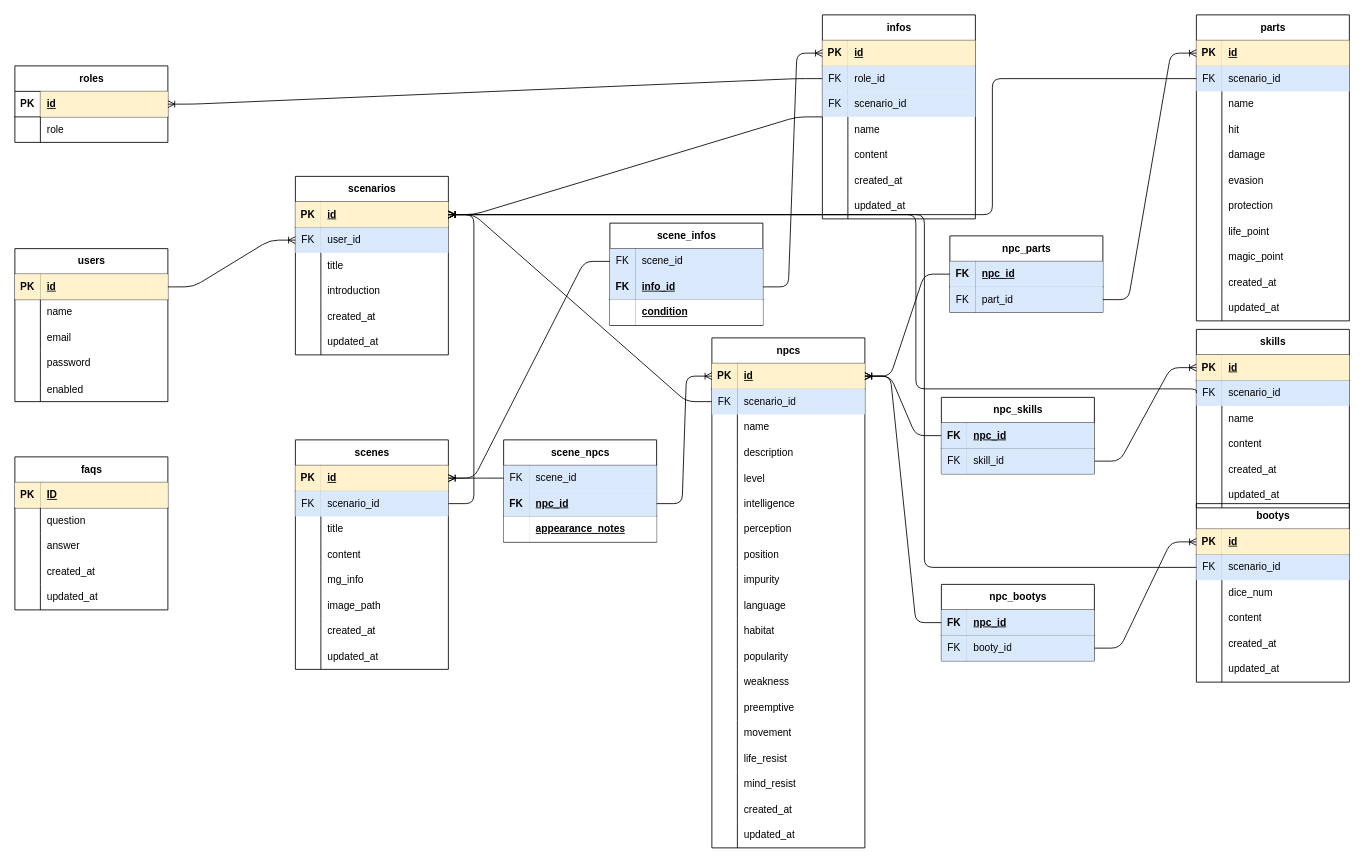
Earlier version of the draw.io diagram page "ページ1" (1 of 2) of ER.drawio (nyandoragora/trpg-writer). Source tidied: cells renumbered, new cells numbered last; positions are measured from the earlier drawing's top-left corner, leaving out a move shared by most shapes. Both pictures are drawn from the tidied source at 85%, with x=0, y=0 at pixel (14, 14).
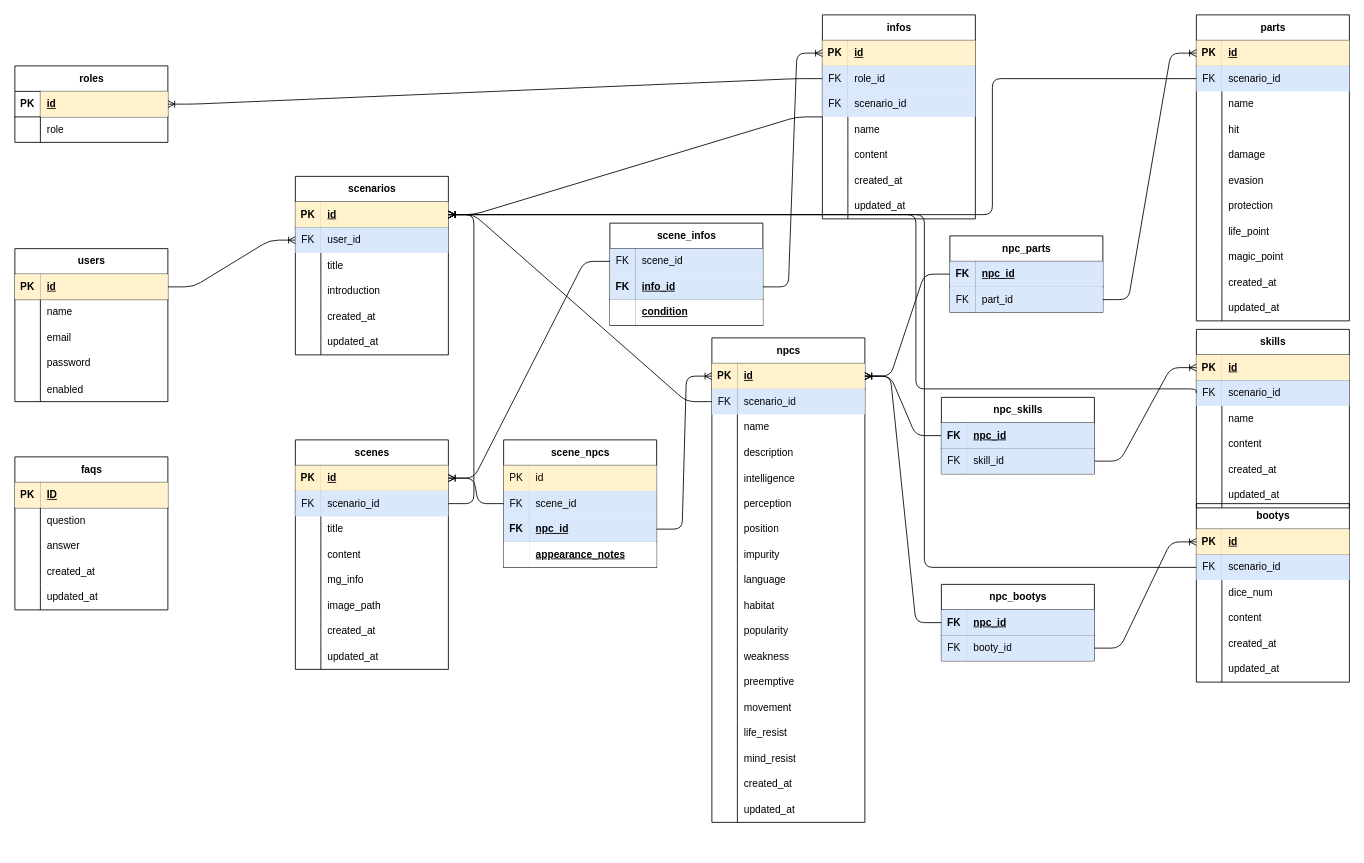
The same page after the edit.

Commit message (it also covers changes not shown here):
シーン内NPCタブ編集　ER図一部変更　同じNPC(ゴブリンとか)をシーン内に複数体登録可能に

What changed in the source:
```diff
@@
     <mxCell id="92" value="npcs" style="shape=table;startSize=30;childLayout=tableLayout;rowLines=0;fontStyle=1;align=center;html=1;" parent="1" vertex="1">
-      <mxGeometry x="820" y="380" width="180" height="600" as="geometry" />
+      <mxGeometry x="820" y="380" width="180" height="570" as="geometry" />
     </mxCell>
@@
-    <mxCell id="105" style="shape=tableRow;horizontal=0;startSize=0;swimlaneHead=0;swimlaneBody=0;fillColor=none;top=0;left=0;right=0;bottom=0;" parent="92" vertex="1">
-      <mxGeometry y="150" width="180" height="30" as="geometry" />
-    </mxCell>
-    <mxCell id="106" style="shape=partialRectangle;fillColor=none;top=0;left=0;bottom=0;right=0;overflow=hidden;" parent="105" vertex="1">
-      <mxGeometry width="30" height="30" as="geometry" />
-    </mxCell>
-    <mxCell id="107" value="level" style="shape=partialRectangle;fillColor=none;top=0;left=0;bottom=0;right=0;align=left;spacingLeft=6;overflow=hidden;" parent="105" vertex="1">
-      <mxGeometry x="30" width="150" height="30" as="geometry" />
-    </mxCell>
     <mxCell id="108" style="shape=tableRow;horizontal=0;startSize=0;swimlaneHead=0;swimlaneBody=0;fillColor=none;top=0;left=0;right=0;bottom=0;" parent="92" vertex="1">
-      <mxGeometry y="180" width="180" height="30" as="geometry" />
+      <mxGeometry y="150" width="180" height="30" as="geometry" />
     </mxCell>
@@
     <mxCell id="111" style="shape=tableRow;horizontal=0;startSize=0;swimlaneHead=0;swimlaneBody=0;fillColor=none;top=0;left=0;right=0;bottom=0;" parent="92" vertex="1">
-      <mxGeometry y="210" width="180" height="30" as="geometry" />
+      <mxGeometry y="180" width="180" height="30" as="geometry" />
     </mxCell>
@@
     <mxCell id="114" style="shape=tableRow;horizontal=0;startSize=0;swimlaneHead=0;swimlaneBody=0;fillColor=none;top=0;left=0;right=0;bottom=0;" parent="92" vertex="1">
-      <mxGeometry y="240" width="180" height="30" as="geometry" />
+      <mxGeometry y="210" width="180" height="30" as="geometry" />
     </mxCell>
@@
     <mxCell id="117" style="shape=tableRow;horizontal=0;startSize=0;swimlaneHead=0;swimlaneBody=0;fillColor=none;top=0;left=0;right=0;bottom=0;" parent="92" vertex="1">
-      <mxGeometry y="270" width="180" height="30" as="geometry" />
+      <mxGeometry y="240" width="180" height="30" as="geometry" />
     </mxCell>
@@
     <mxCell id="120" style="shape=tableRow;horizontal=0;startSize=0;swimlaneHead=0;swimlaneBody=0;fillColor=none;top=0;left=0;right=0;bottom=0;" parent="92" vertex="1">
-      <mxGeometry y="300" width="180" height="30" as="geometry" />
+      <mxGeometry y="270" width="180" height="30" as="geometry" />
     </mxCell>
@@
     <mxCell id="123" style="shape=tableRow;horizontal=0;startSize=0;swimlaneHead=0;swimlaneBody=0;fillColor=none;top=0;left=0;right=0;bottom=0;" parent="92" vertex="1">
-      <mxGeometry y="330" width="180" height="30" as="geometry" />
+      <mxGeometry y="300" width="180" height="30" as="geometry" />
     </mxCell>
@@
     <mxCell id="126" style="shape=tableRow;horizontal=0;startSize=0;swimlaneHead=0;swimlaneBody=0;fillColor=none;top=0;left=0;right=0;bottom=0;" parent="92" vertex="1">
-      <mxGeometry y="360" width="180" height="30" as="geometry" />
+      <mxGeometry y="330" width="180" height="30" as="geometry" />
     </mxCell>
@@
     <mxCell id="129" style="shape=tableRow;horizontal=0;startSize=0;swimlaneHead=0;swimlaneBody=0;fillColor=none;top=0;left=0;right=0;bottom=0;" parent="92" vertex="1">
-      <mxGeometry y="390" width="180" height="30" as="geometry" />
+      <mxGeometry y="360" width="180" height="30" as="geometry" />
     </mxCell>
@@
     <mxCell id="132" style="shape=tableRow;horizontal=0;startSize=0;swimlaneHead=0;swimlaneBody=0;fillColor=none;top=0;left=0;right=0;bottom=0;" parent="92" vertex="1">
-      <mxGeometry y="420" width="180" height="30" as="geometry" />
+      <mxGeometry y="390" width="180" height="30" as="geometry" />
     </mxCell>
@@
     <mxCell id="135" style="shape=tableRow;horizontal=0;startSize=0;swimlaneHead=0;swimlaneBody=0;fillColor=none;top=0;left=0;right=0;bottom=0;" parent="92" vertex="1">
-      <mxGeometry y="450" width="180" height="30" as="geometry" />
+      <mxGeometry y="420" width="180" height="30" as="geometry" />
     </mxCell>
@@
     <mxCell id="138" style="shape=tableRow;horizontal=0;startSize=0;swimlaneHead=0;swimlaneBody=0;fillColor=none;top=0;left=0;right=0;bottom=0;" parent="92" vertex="1">
-      <mxGeometry y="480" width="180" height="30" as="geometry" />
+      <mxGeometry y="450" width="180" height="30" as="geometry" />
     </mxCell>
@@
     <mxCell id="141" style="shape=tableRow;horizontal=0;startSize=0;swimlaneHead=0;swimlaneBody=0;fillColor=none;top=0;left=0;right=0;bottom=0;" parent="92" vertex="1">
-      <mxGeometry y="510" width="180" height="30" as="geometry" />
+      <mxGeometry y="480" width="180" height="30" as="geometry" />
     </mxCell>
@@
     <mxCell id="144" style="shape=tableRow;horizontal=0;startSize=0;swimlaneHead=0;swimlaneBody=0;fillColor=none;top=0;left=0;right=0;bottom=0;" parent="92" vertex="1">
-      <mxGeometry y="540" width="180" height="30" as="geometry" />
+      <mxGeometry y="510" width="180" height="30" as="geometry" />
     </mxCell>
@@
     <mxCell id="147" style="shape=tableRow;horizontal=0;startSize=0;swimlaneHead=0;swimlaneBody=0;fillColor=none;top=0;left=0;right=0;bottom=0;" parent="92" vertex="1">
-      <mxGeometry y="570" width="180" height="30" as="geometry" />
+      <mxGeometry y="540" width="180" height="30" as="geometry" />
     </mxCell>
@@
     <mxCell id="253" value="scene_npcs" style="shape=table;startSize=30;childLayout=tableLayout;rowLines=0;fontStyle=1;align=center;html=1;" parent="1" vertex="1">
-      <mxGeometry x="575" y="500" width="180" height="120" as="geometry" />
+      <mxGeometry x="575" y="500" width="180" height="150" as="geometry" />
     </mxCell>
+    <mxCell id="296" style="shape=tableRow;horizontal=0;startSize=0;swimlaneHead=0;swimlaneBody=0;fillColor=none;top=0;left=0;right=0;bottom=0;" parent="253" vertex="1">
+      <mxGeometry y="30" width="180" height="30" as="geometry" />
+    </mxCell>
+    <mxCell id="297" value="PK" style="shape=partialRectangle;fillColor=#fff2cc;top=0;left=0;bottom=0;right=0;fontStyle=0;overflow=hidden;whiteSpace=wrap;html=1;strokeColor=#d6b656;" parent="296" vertex="1">
+      <mxGeometry width="30" height="30" as="geometry" />
+    </mxCell>
+    <mxCell id="298" value="id" style="shape=partialRectangle;fillColor=#fff2cc;top=0;left=0;bottom=0;right=0;align=left;spacingLeft=6;fontStyle=0;overflow=hidden;whiteSpace=wrap;html=1;strokeColor=#d6b656;" parent="296" vertex="1">
+      <mxGeometry x="30" width="150" height="30" as="geometry" />
+    </mxCell>
     <mxCell id="254" style="shape=tableRow;horizontal=0;startSize=0;swimlaneHead=0;swimlaneBody=0;fillColor=none;points=[[0,0.5],[1,0.5]];portConstraint=eastwest;top=0;left=0;right=0;bottom=0;" parent="253" vertex="1">
-      <mxGeometry y="30" width="180" height="30" as="geometry" />
+      <mxGeometry y="60" width="180" height="30" as="geometry" />
     </mxCell>
@@
     <mxCell id="257" style="shape=tableRow;horizontal=0;startSize=0;swimlaneHead=0;swimlaneBody=0;fillColor=none;points=[[0,0.5],[1,0.5]];portConstraint=eastwest;top=0;left=0;right=0;bottom=1;" parent="253" vertex="1">
-      <mxGeometry y="60" width="180" height="30" as="geometry" />
+      <mxGeometry y="90" width="180" height="30" as="geometry" />
     </mxCell>
@@
     <mxCell id="260" style="shape=tableRow;horizontal=0;startSize=0;swimlaneHead=0;swimlaneBody=0;fillColor=none;top=0;left=0;right=0;bottom=1;" parent="253" vertex="1">
-      <mxGeometry y="90" width="180" height="30" as="geometry" />
+      <mxGeometry y="120" width="180" height="30" as="geometry" />
     </mxCell>
```
